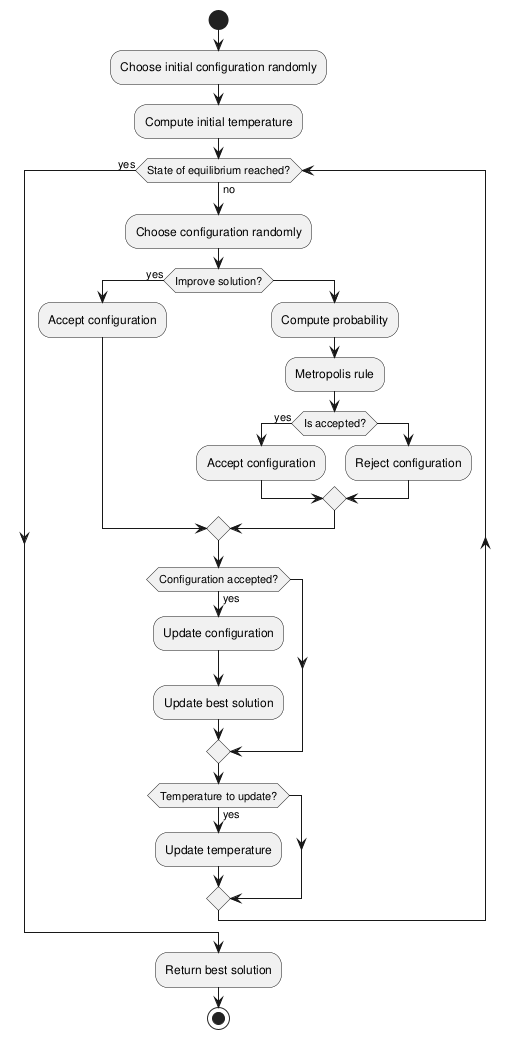
Before: report/images/diagram.png, a diagram exported from PlantUML (Arkanthara/metaheuristics_for_optimization).
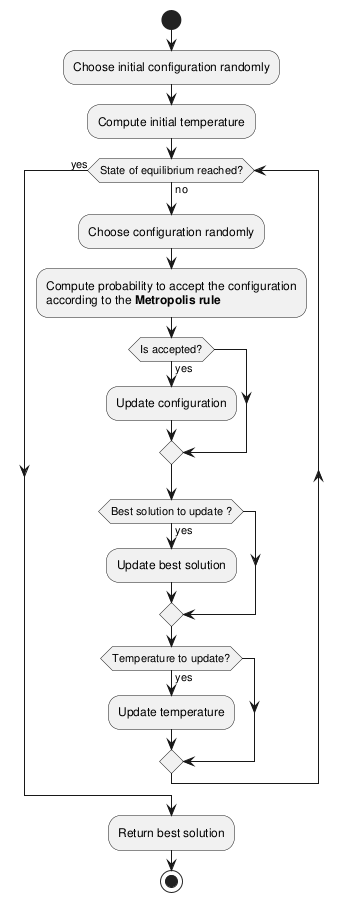
Above is the later version.

Change to the diagram source:
```diff
@@ -9,20 +9,13 @@
 
   :Choose configuration randomly;
 
-  if (Improve solution?) then (yes)
-    :Accept configuration;
-  else
-    :Compute probability;
-    :Metropolis rule;
-    if (Is accepted?) then (yes)
-      :Accept configuration;
-    else
-      :Reject configuration;
-    endif
+  :Compute probability to accept the configuration
+  according to the **Metropolis rule**;
+  if (Is accepted?) then (yes)
+    :Update configuration;
   endif
 
-  if (Configuration accepted?) then (yes)
-    :Update configuration;
+  if (Best solution to update ?) then (yes)
     :Update best solution;
   endif
 
```
